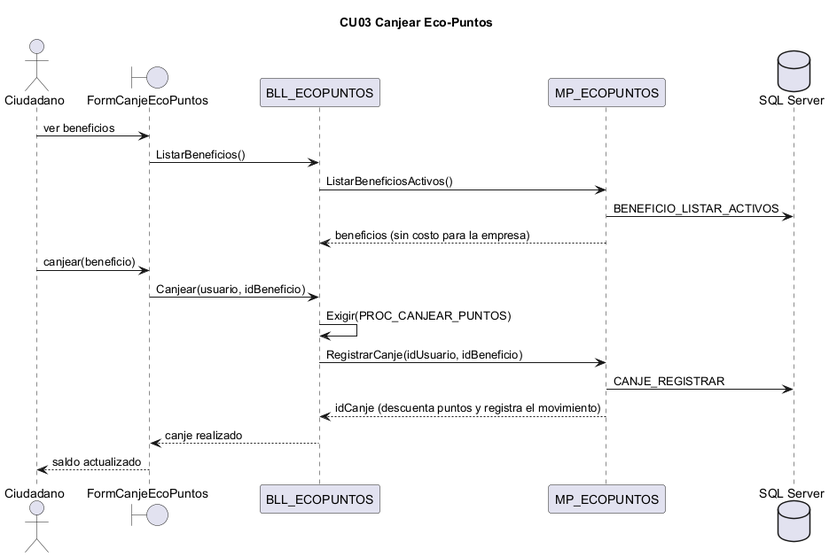
Before: docs/diagramas/secuencias_png/CU03.png, a diagram exported from PlantUML (L-Muniz/uai-diploma_2026). The source it was exported from:
```plantuml
@startuml CU03
title CU03 Canjear Eco-Puntos
actor Ciudadano
boundary "FormCanjeEcoPuntos" as IU
participant "BLL_ECOPUNTOS" as BLL
participant "MP_ECOPUNTOS" as DAL
database "SQL Server" as BD
Ciudadano -> IU : ver beneficios
IU -> BLL : ListarBeneficios()
BLL -> DAL : ListarBeneficiosActivos()
DAL -> BD : BENEFICIO_LISTAR_ACTIVOS
DAL --> BLL : beneficios (sin costo para la empresa)
Ciudadano -> IU : canjear(beneficio)
IU -> BLL : Canjear(usuario, idBeneficio)
BLL -> BLL : Exigir(PROC_CANJEAR_PUNTOS)
BLL -> DAL : RegistrarCanje(idUsuario, idBeneficio)
DAL -> BD : CANJE_REGISTRAR
DAL --> BLL : idCanje (descuenta puntos y registra el movimiento)
BLL --> IU : canje realizado
IU --> Ciudadano : saldo actualizado
@enduml
```
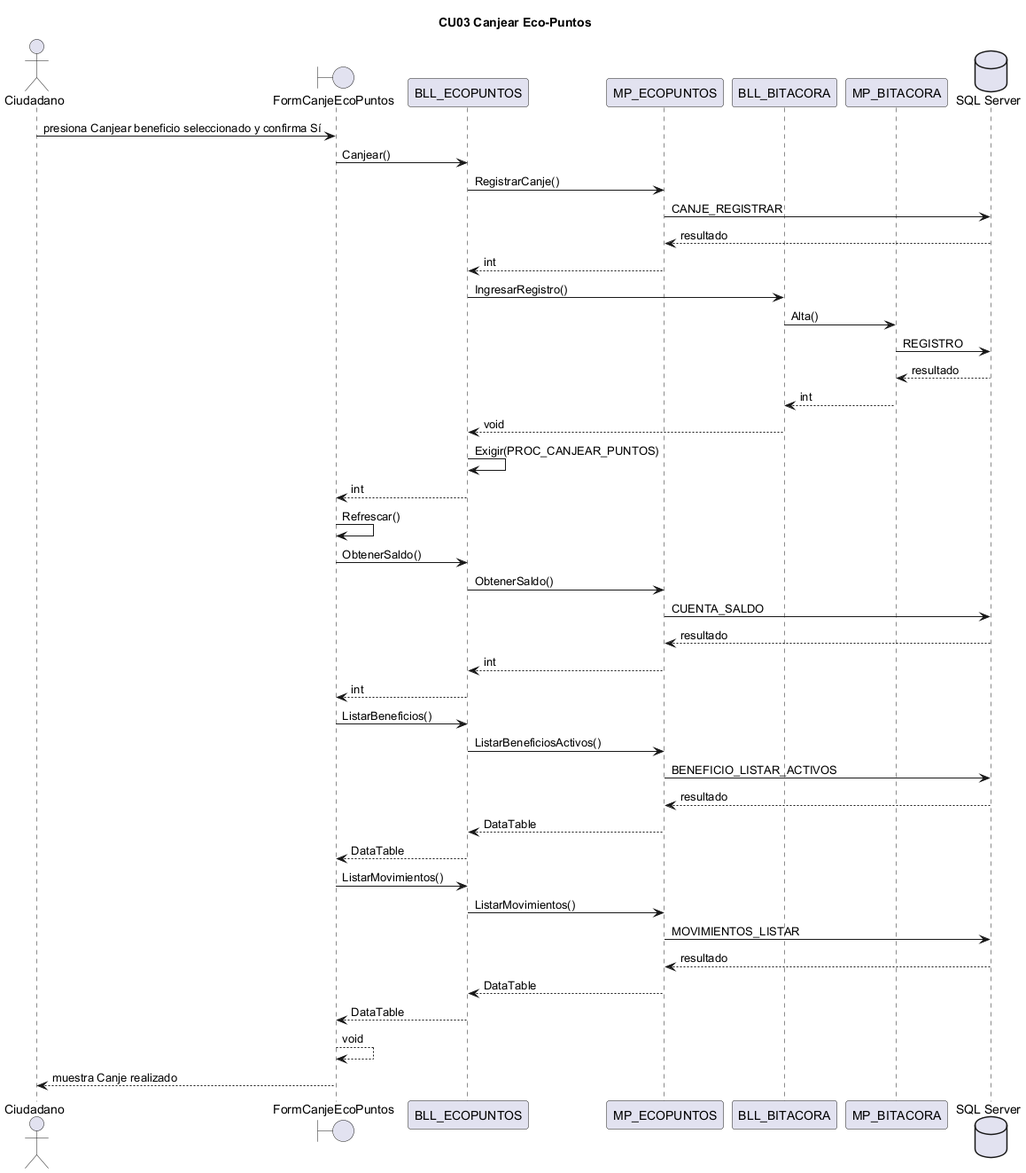
Above is the later version.

What changed in the source:
```diff
@@ -1,21 +1,45 @@
 @startuml CU03
 title CU03 Canjear Eco-Puntos
-actor Ciudadano
-boundary "FormCanjeEcoPuntos" as IU
-participant "BLL_ECOPUNTOS" as BLL
-participant "MP_ECOPUNTOS" as DAL
+actor "Ciudadano" as ACT
+boundary FormCanjeEcoPuntos
+participant BLL_ECOPUNTOS
+participant MP_ECOPUNTOS
+participant BLL_BITACORA
+participant MP_BITACORA
 database "SQL Server" as BD
-Ciudadano -> IU : ver beneficios
-IU -> BLL : ListarBeneficios()
-BLL -> DAL : ListarBeneficiosActivos()
-DAL -> BD : BENEFICIO_LISTAR_ACTIVOS
-DAL --> BLL : beneficios (sin costo para la empresa)
-Ciudadano -> IU : canjear(beneficio)
-IU -> BLL : Canjear(usuario, idBeneficio)
-BLL -> BLL : Exigir(PROC_CANJEAR_PUNTOS)
-BLL -> DAL : RegistrarCanje(idUsuario, idBeneficio)
-DAL -> BD : CANJE_REGISTRAR
-DAL --> BLL : idCanje (descuenta puntos y registra el movimiento)
-BLL --> IU : canje realizado
-IU --> Ciudadano : saldo actualizado
+ACT -> FormCanjeEcoPuntos : presiona Canjear beneficio seleccionado y confirma Sí
+FormCanjeEcoPuntos -> BLL_ECOPUNTOS : Canjear()
+BLL_ECOPUNTOS -> MP_ECOPUNTOS : RegistrarCanje()
+MP_ECOPUNTOS -> BD : CANJE_REGISTRAR
+BD --> MP_ECOPUNTOS : resultado
+MP_ECOPUNTOS --> BLL_ECOPUNTOS : int
+BLL_ECOPUNTOS -> BLL_BITACORA : IngresarRegistro()
+BLL_BITACORA -> MP_BITACORA : Alta()
+MP_BITACORA -> BD : REGISTRO
+BD --> MP_BITACORA : resultado
+MP_BITACORA --> BLL_BITACORA : int
+BLL_BITACORA --> BLL_ECOPUNTOS : void
+BLL_ECOPUNTOS -> BLL_ECOPUNTOS : Exigir(PROC_CANJEAR_PUNTOS)
+BLL_ECOPUNTOS --> FormCanjeEcoPuntos : int
+FormCanjeEcoPuntos -> FormCanjeEcoPuntos : Refrescar()
+FormCanjeEcoPuntos -> BLL_ECOPUNTOS : ObtenerSaldo()
+BLL_ECOPUNTOS -> MP_ECOPUNTOS : ObtenerSaldo()
+MP_ECOPUNTOS -> BD : CUENTA_SALDO
+BD --> MP_ECOPUNTOS : resultado
+MP_ECOPUNTOS --> BLL_ECOPUNTOS : int
+BLL_ECOPUNTOS --> FormCanjeEcoPuntos : int
+FormCanjeEcoPuntos -> BLL_ECOPUNTOS : ListarBeneficios()
+BLL_ECOPUNTOS -> MP_ECOPUNTOS : ListarBeneficiosActivos()
+MP_ECOPUNTOS -> BD : BENEFICIO_LISTAR_ACTIVOS
+BD --> MP_ECOPUNTOS : resultado
+MP_ECOPUNTOS --> BLL_ECOPUNTOS : DataTable
+BLL_ECOPUNTOS --> FormCanjeEcoPuntos : DataTable
+FormCanjeEcoPuntos -> BLL_ECOPUNTOS : ListarMovimientos()
+BLL_ECOPUNTOS -> MP_ECOPUNTOS : ListarMovimientos()
+MP_ECOPUNTOS -> BD : MOVIMIENTOS_LISTAR
+BD --> MP_ECOPUNTOS : resultado
+MP_ECOPUNTOS --> BLL_ECOPUNTOS : DataTable
+BLL_ECOPUNTOS --> FormCanjeEcoPuntos : DataTable
+FormCanjeEcoPuntos --> FormCanjeEcoPuntos : void
+FormCanjeEcoPuntos --> ACT : muestra Canje realizado
 @enduml
```
